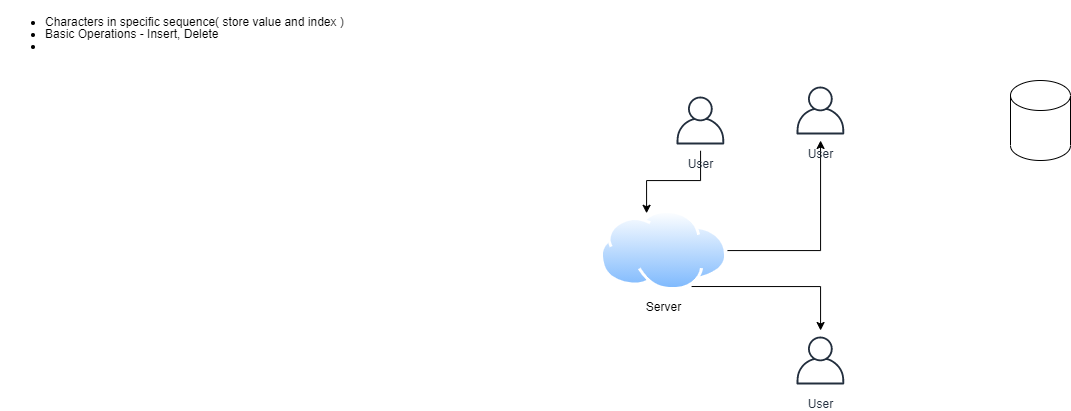
pri-tri/System_Designs keeps this draw.io diagram as fileSharingSystem.png. Above is the earlier version. Source tidied: cells renumbered, new cells last; positions are measured from the earlier drawing's top-left corner, leaving out a move shared by most shapes.
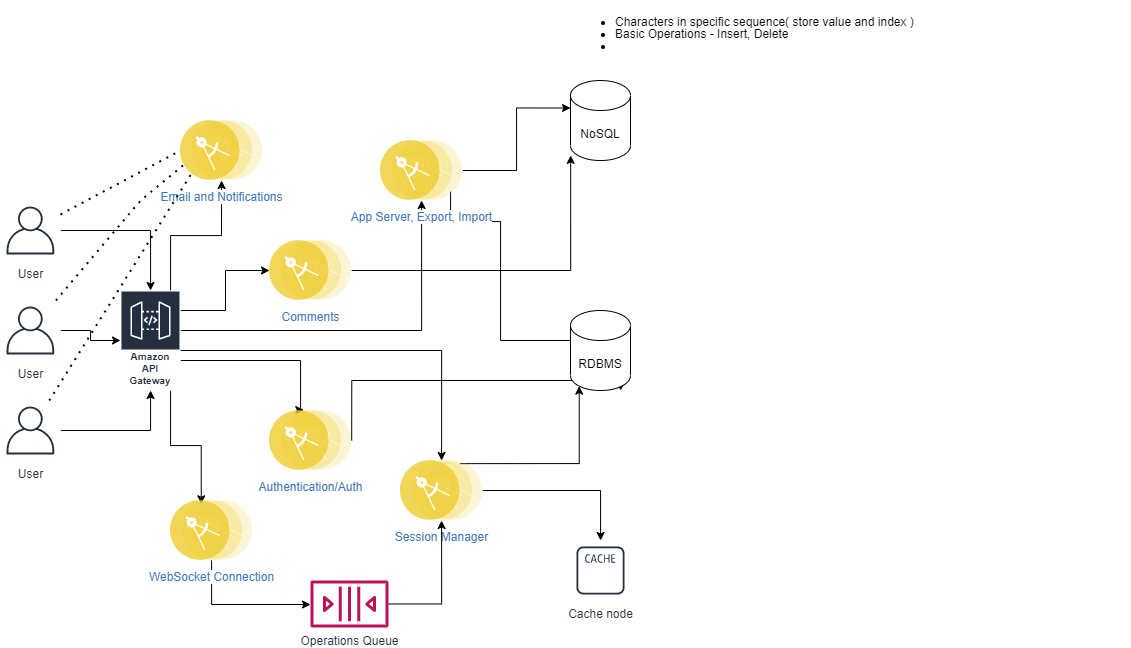
After the change.

Change to the diagram source:
```diff
@@ -2,32 +2,164 @@
   <root>
     <mxCell id="0" />
     <mxCell id="1" parent="0" />
-    <mxCell id="2" style="shape=cylinder2;whiteSpace=wrap;html=1;boundedLbl=1;backgroundOutline=1;size=15;" parent="1" vertex="1">
-      <mxGeometry x="1010" y="70" width="60" height="80" as="geometry" />
-    </mxCell>
     <mxCell id="3" value="&lt;h1 style=&quot;line-height: 50%&quot;&gt;&lt;ul style=&quot;font-size: 12px&quot;&gt;&lt;li&gt;&lt;span style=&quot;font-weight: normal&quot;&gt;Characters in specific sequence( store value and index )&lt;/span&gt;&lt;/li&gt;&lt;li&gt;&lt;span style=&quot;font-weight: normal&quot;&gt;Basic Operations - Insert, Delete&lt;/span&gt;&lt;/li&gt;&lt;li&gt;&lt;span style=&quot;font-weight: normal&quot;&gt;&lt;br&gt;&lt;/span&gt;&lt;/li&gt;&lt;/ul&gt;&lt;/h1&gt;" style="text;html=1;strokeColor=none;fillColor=none;spacing=5;spacingTop=-20;whiteSpace=wrap;overflow=hidden;rounded=0;" parent="1" vertex="1">
-      <mxGeometry width="560" height="120" as="geometry" />
+      <mxGeometry x="590" y="-60" width="560" height="120" as="geometry" />
     </mxCell>
-    <mxCell id="4" style="edgeStyle=orthogonalEdgeStyle;rounded=0;jettySize=auto;html=1;" parent="1" edge="1" source="6" target="7">
-      <mxGeometry relative="1" as="geometry" />
-    </mxCell>
-    <mxCell id="5" style="edgeStyle=orthogonalEdgeStyle;rounded=0;jettySize=auto;html=1;exitX=0.75;exitY=1;exitDx=0;exitDy=0;" parent="1" edge="1" source="6" target="10">
-      <mxGeometry relative="1" as="geometry" />
-    </mxCell>
-    <mxCell id="6" value="Server" style="perimeter=ellipsePerimeter;html=1;align=center;shadow=0;dashed=0;spacingTop=3;image;image=img/lib/active_directory/internet_cloud.svg;" parent="1" vertex="1">
-      <mxGeometry x="600" y="200" width="127" height="80" as="geometry" />
-    </mxCell>
+    <mxCell id="11" style="edgeStyle=orthogonalEdgeStyle;rounded=0;jettySize=auto;html=1;" parent="1" edge="1" source="7" target="20">
+      <mxGeometry relative="1" as="geometry" />
+    </mxCell>
     <mxCell id="7" value="User" style="outlineConnect=0;fontColor=#232F3E;gradientColor=none;strokeColor=#232F3E;fillColor=#ffffff;dashed=0;verticalLabelPosition=bottom;verticalAlign=top;align=center;html=1;fontSize=12;fontStyle=0;shape=mxgraph.aws4.resourceIcon;resIcon=mxgraph.aws4.user;" parent="1" vertex="1">
-      <mxGeometry x="790" y="70" width="60" height="60" as="geometry" />
+      <mxGeometry x="20" y="230" width="60" height="60" as="geometry" />
     </mxCell>
-    <mxCell id="8" style="edgeStyle=orthogonalEdgeStyle;rounded=0;jettySize=auto;html=1;entryX=0.363;entryY=0.035;entryDx=0;entryDy=0;entryPerimeter=0;" parent="1" edge="1" source="9" target="6">
-      <mxGeometry relative="1" as="geometry" />
-    </mxCell>
+    <mxCell id="12" style="edgeStyle=orthogonalEdgeStyle;rounded=0;jettySize=auto;html=1;" parent="1" edge="1" source="9" target="20">
+      <mxGeometry relative="1" as="geometry" />
+    </mxCell>
     <mxCell id="9" value="User" style="outlineConnect=0;fontColor=#232F3E;gradientColor=none;strokeColor=#232F3E;fillColor=#ffffff;dashed=0;verticalLabelPosition=bottom;verticalAlign=top;align=center;html=1;fontSize=12;fontStyle=0;shape=mxgraph.aws4.resourceIcon;resIcon=mxgraph.aws4.user;" parent="1" vertex="1">
-      <mxGeometry x="670" y="80" width="60" height="60" as="geometry" />
+      <mxGeometry x="20" y="130" width="60" height="60" as="geometry" />
     </mxCell>
+    <mxCell id="13" style="edgeStyle=orthogonalEdgeStyle;rounded=0;jettySize=auto;html=1;" parent="1" edge="1" source="10" target="20">
+      <mxGeometry relative="1" as="geometry" />
+    </mxCell>
     <mxCell id="10" value="User" style="outlineConnect=0;fontColor=#232F3E;gradientColor=none;strokeColor=#232F3E;fillColor=#ffffff;dashed=0;verticalLabelPosition=bottom;verticalAlign=top;align=center;html=1;fontSize=12;fontStyle=0;shape=mxgraph.aws4.resourceIcon;resIcon=mxgraph.aws4.user;" parent="1" vertex="1">
-      <mxGeometry x="790" y="320" width="60" height="60" as="geometry" />
+      <mxGeometry x="20" y="330" width="60" height="60" as="geometry" />
     </mxCell>
+    <mxCell id="14" style="edgeStyle=orthogonalEdgeStyle;rounded=0;jettySize=auto;html=1;" parent="1" edge="1" source="20" target="23">
+      <mxGeometry relative="1" as="geometry">
+        <Array as="points">
+          <mxPoint x="190" y="165" />
+          <mxPoint x="241" y="165" />
+        </Array>
+      </mxGeometry>
+    </mxCell>
+    <mxCell id="15" style="edgeStyle=orthogonalEdgeStyle;rounded=0;jettySize=auto;html=1;entryX=0.5;entryY=1;entryDx=0;entryDy=0;" parent="1" edge="1" source="20" target="33">
+      <mxGeometry relative="1" as="geometry">
+        <Array as="points">
+          <mxPoint x="441" y="260" />
+        </Array>
+      </mxGeometry>
+    </mxCell>
+    <mxCell id="16" style="edgeStyle=orthogonalEdgeStyle;rounded=0;jettySize=auto;html=1;entryX=0;entryY=0.5;entryDx=0;entryDy=0;" parent="1" edge="1" source="20" target="22">
+      <mxGeometry relative="1" as="geometry">
+        <Array as="points">
+          <mxPoint x="245" y="240" />
+          <mxPoint x="245" y="200" />
+        </Array>
+      </mxGeometry>
+    </mxCell>
+    <mxCell id="17" style="edgeStyle=orthogonalEdgeStyle;rounded=0;jettySize=auto;html=1;entryX=0.417;entryY=-0.009;entryDx=0;entryDy=0;entryPerimeter=0;" parent="1" edge="1" source="20" target="25">
+      <mxGeometry relative="1" as="geometry">
+        <Array as="points">
+          <mxPoint x="320" y="290" />
+          <mxPoint x="320" y="340" />
+        </Array>
+      </mxGeometry>
+    </mxCell>
+    <mxCell id="18" style="edgeStyle=orthogonalEdgeStyle;rounded=0;jettySize=auto;html=1;entryX=0.5;entryY=0;entryDx=0;entryDy=0;" parent="1" edge="1" source="20" target="30">
+      <mxGeometry relative="1" as="geometry">
+        <Array as="points">
+          <mxPoint x="461" y="280" />
+        </Array>
+      </mxGeometry>
+    </mxCell>
+    <mxCell id="19" style="edgeStyle=orthogonalEdgeStyle;rounded=0;jettySize=auto;html=1;entryX=0.374;entryY=0.055;entryDx=0;entryDy=0;entryPerimeter=0;" parent="1" edge="1" source="20" target="27">
+      <mxGeometry relative="1" as="geometry">
+        <Array as="points">
+          <mxPoint x="190" y="375" />
+          <mxPoint x="221" y="375" />
+        </Array>
+      </mxGeometry>
+    </mxCell>
+    <mxCell id="20" value="Amazon API Gateway" style="outlineConnect=0;fontColor=#232F3E;gradientColor=none;strokeColor=#ffffff;fillColor=#232F3E;dashed=0;verticalLabelPosition=middle;verticalAlign=bottom;align=center;html=1;whiteSpace=wrap;fontSize=10;fontStyle=1;spacing=3;shape=mxgraph.aws4.productIcon;prIcon=mxgraph.aws4.api_gateway;" parent="1" vertex="1">
+      <mxGeometry x="140" y="220" width="60" height="100" as="geometry" />
+    </mxCell>
+    <mxCell id="21" style="edgeStyle=orthogonalEdgeStyle;rounded=0;jettySize=auto;html=1;entryX=0.003;entryY=0.936;entryDx=0;entryDy=0;entryPerimeter=0;" parent="1" edge="1" source="22" target="34">
+      <mxGeometry relative="1" as="geometry">
+        <Array as="points">
+          <mxPoint x="590" y="200" />
+        </Array>
+      </mxGeometry>
+    </mxCell>
+    <mxCell id="22" value="Comments" style="perimeter=ellipsePerimeter;html=1;align=center;shadow=0;dashed=0;fontColor=#4277BB;labelBackgroundColor=#ffffff;fontSize=12;spacingTop=3;image;image=img/lib/ibm/applications/microservice.svg;" parent="1" vertex="1">
+      <mxGeometry x="289" y="170" width="82.2" height="60" as="geometry" />
+    </mxCell>
+    <mxCell id="23" value="Email and Notifications" style="perimeter=ellipsePerimeter;html=1;align=center;shadow=0;dashed=0;fontColor=#4277BB;labelBackgroundColor=#ffffff;fontSize=12;spacingTop=3;image;image=img/lib/ibm/applications/microservice.svg;" parent="1" vertex="1">
+      <mxGeometry x="200" y="50" width="82.2" height="60" as="geometry" />
+    </mxCell>
+    <mxCell id="24" style="edgeStyle=orthogonalEdgeStyle;rounded=0;jettySize=auto;html=1;exitX=1;exitY=0.5;exitDx=0;exitDy=0;" parent="1" edge="1" source="25" target="36">
+      <mxGeometry relative="1" as="geometry">
+        <Array as="points">
+          <mxPoint x="371" y="310" />
+          <mxPoint x="640" y="310" />
+        </Array>
+      </mxGeometry>
+    </mxCell>
+    <mxCell id="25" value="Authentication/Auth" style="perimeter=ellipsePerimeter;html=1;align=center;shadow=0;dashed=0;fontColor=#4277BB;labelBackgroundColor=#ffffff;fontSize=12;spacingTop=3;image;image=img/lib/ibm/applications/microservice.svg;" parent="1" vertex="1">
+      <mxGeometry x="289" y="340" width="82.2" height="60" as="geometry" />
+    </mxCell>
+    <mxCell id="26" style="edgeStyle=orthogonalEdgeStyle;rounded=0;jettySize=auto;html=1;exitX=0.5;exitY=1;exitDx=0;exitDy=0;" parent="1" edge="1" source="27" target="39">
+      <mxGeometry relative="1" as="geometry">
+        <Array as="points">
+          <mxPoint x="231" y="534" />
+        </Array>
+      </mxGeometry>
+    </mxCell>
+    <mxCell id="27" value="WebSocket Connection" style="perimeter=ellipsePerimeter;html=1;align=center;shadow=0;dashed=0;fontColor=#4277BB;labelBackgroundColor=#ffffff;fontSize=12;spacingTop=3;image;image=img/lib/ibm/applications/microservice.svg;" parent="1" vertex="1">
+      <mxGeometry x="190" y="430" width="82.2" height="60" as="geometry" />
+    </mxCell>
+    <mxCell id="28" style="edgeStyle=orthogonalEdgeStyle;rounded=0;jettySize=auto;html=1;exitX=0.75;exitY=0;exitDx=0;exitDy=0;entryX=0.145;entryY=1;entryDx=0;entryDy=-4.35;entryPerimeter=0;" parent="1" edge="1" source="30" target="36">
+      <mxGeometry relative="1" as="geometry" />
+    </mxCell>
+    <mxCell id="29" style="edgeStyle=orthogonalEdgeStyle;rounded=0;jettySize=auto;html=1;exitX=1;exitY=0.5;exitDx=0;exitDy=0;" parent="1" edge="1" source="30" target="37">
+      <mxGeometry relative="1" as="geometry" />
+    </mxCell>
+    <mxCell id="30" value="Session Manager" style="perimeter=ellipsePerimeter;html=1;align=center;shadow=0;dashed=0;fontColor=#4277BB;labelBackgroundColor=#ffffff;fontSize=12;spacingTop=3;image;image=img/lib/ibm/applications/microservice.svg;" parent="1" vertex="1">
+      <mxGeometry x="420" y="390" width="82.2" height="60" as="geometry" />
+    </mxCell>
+    <mxCell id="31" style="edgeStyle=orthogonalEdgeStyle;rounded=0;jettySize=auto;html=1;exitX=1;exitY=0.5;exitDx=0;exitDy=0;entryX=0;entryY=0;entryDx=0;entryDy=27.5;entryPerimeter=0;" parent="1" edge="1" source="33" target="34">
+      <mxGeometry relative="1" as="geometry" />
+    </mxCell>
+    <mxCell id="32" style="edgeStyle=orthogonalEdgeStyle;rounded=0;jettySize=auto;html=1;exitX=1;exitY=1;exitDx=0;exitDy=0;entryX=0;entryY=0;entryDx=0;entryDy=52.5;entryPerimeter=0;" parent="1" edge="1" source="33" target="36">
+      <mxGeometry relative="1" as="geometry">
+        <Array as="points">
+          <mxPoint x="520" y="151" />
+          <mxPoint x="520" y="270" />
+          <mxPoint x="610" y="270" />
+        </Array>
+      </mxGeometry>
+    </mxCell>
+    <mxCell id="33" value="App Server, Export, Import" style="perimeter=ellipsePerimeter;html=1;align=center;shadow=0;dashed=0;fontColor=#4277BB;labelBackgroundColor=#ffffff;fontSize=12;spacingTop=3;image;image=img/lib/ibm/applications/microservice.svg;" parent="1" vertex="1">
+      <mxGeometry x="400" y="70" width="82.2" height="60" as="geometry" />
+    </mxCell>
+    <mxCell id="34" value="NoSQL" style="shape=cylinder3;whiteSpace=wrap;html=1;boundedLbl=1;backgroundOutline=1;size=15;" parent="1" vertex="1">
+      <mxGeometry x="590" y="10" width="60" height="80" as="geometry" />
+    </mxCell>
+    <mxCell id="35" style="edgeStyle=orthogonalEdgeStyle;rounded=0;orthogonalLoop=1;jettySize=auto;html=1;exitX=0.5;exitY=1;exitDx=0;exitDy=0;" parent="1" edge="1" source="23" target="23">
+      <mxGeometry relative="1" as="geometry" />
+    </mxCell>
+    <mxCell id="36" value="RDBMS" style="shape=cylinder3;whiteSpace=wrap;html=1;boundedLbl=1;backgroundOutline=1;size=15;" parent="1" vertex="1">
+      <mxGeometry x="590" y="240" width="60" height="80" as="geometry" />
+    </mxCell>
+    <mxCell id="37" value="Cache node" style="outlineConnect=0;fontColor=#232F3E;gradientColor=none;strokeColor=#232F3E;fillColor=#ffffff;dashed=0;verticalLabelPosition=bottom;verticalAlign=top;align=center;html=1;fontSize=12;fontStyle=0;shape=mxgraph.aws4.resourceIcon;resIcon=mxgraph.aws4.cache_node;" parent="1" vertex="1">
+      <mxGeometry x="590" y="470" width="60" height="60" as="geometry" />
+    </mxCell>
+    <mxCell id="38" style="edgeStyle=orthogonalEdgeStyle;rounded=0;jettySize=auto;html=1;" parent="1" edge="1" source="39" target="30">
+      <mxGeometry relative="1" as="geometry" />
+    </mxCell>
+    <mxCell id="39" value="Operations Queue" style="outlineConnect=0;fontColor=#232F3E;gradientColor=none;fillColor=#BC1356;strokeColor=none;dashed=0;verticalLabelPosition=bottom;verticalAlign=top;align=center;html=1;fontSize=12;fontStyle=0;shape=mxgraph.aws4.queue;" parent="1" vertex="1">
+      <mxGeometry x="330" y="510" width="78" height="47" as="geometry" />
+    </mxCell>
+    <mxCell id="40" style="endArrow=none;dashed=1;html=1;dashPattern=1 3;strokeWidth=2;entryX=0;entryY=0.5;entryDx=0;entryDy=0;" parent="1" edge="1" source="9" target="23">
+      <mxGeometry relative="1" as="geometry" />
+    </mxCell>
+    <mxCell id="41" style="endArrow=none;dashed=1;html=1;dashPattern=1 3;strokeWidth=2;entryX=0;entryY=0.75;entryDx=0;entryDy=0;" parent="1" edge="1" source="7" target="23">
+      <mxGeometry relative="1" as="geometry">
+        <Array as="points">
+          <mxPoint x="160" y="130" />
+        </Array>
+      </mxGeometry>
+    </mxCell>
+    <mxCell id="42" style="endArrow=none;dashed=1;html=1;dashPattern=1 3;strokeWidth=2;entryX=0;entryY=1;entryDx=0;entryDy=0;" parent="1" edge="1" source="10" target="23">
+      <mxGeometry relative="1" as="geometry" />
+    </mxCell>
   </root>
 </mxGraphModel>
```
